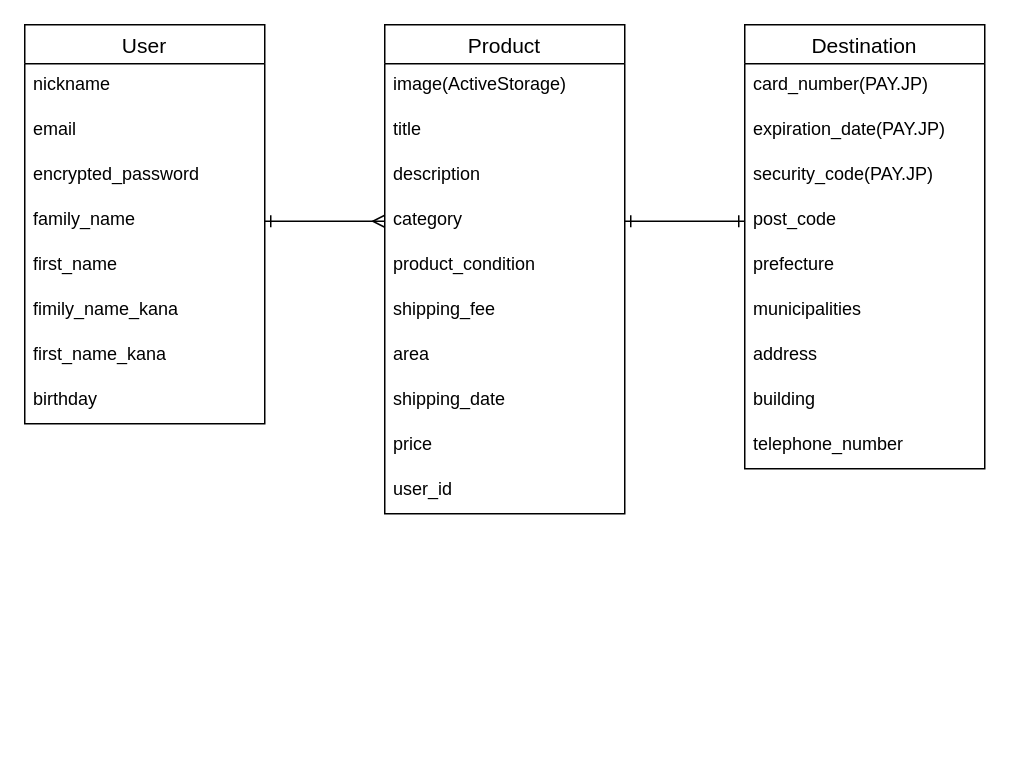
The draw.io diagram er.dio in takeru20/furima-36838, before the edit. Source tidied: cells renumbered, new cells numbered last; positions are measured from the earlier drawing's top-left corner, leaving out a move shared by most shapes. Both pictures are drawn from the tidied source at 150%, with x=0, y=0 at pixel (24, 24).
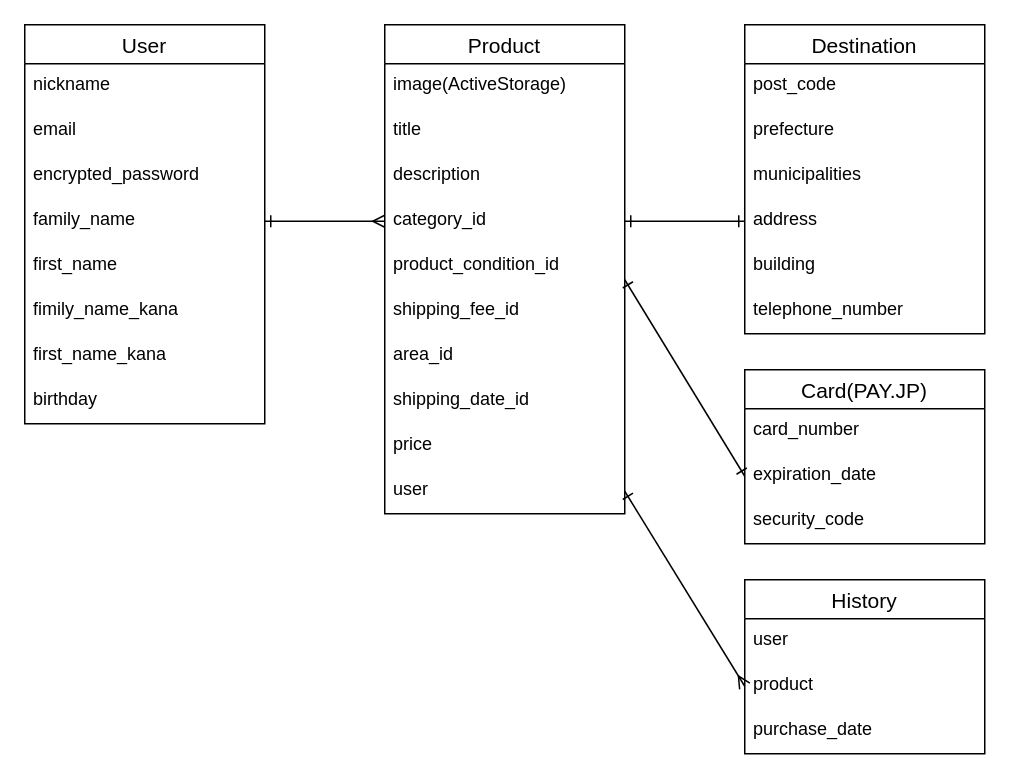
Above is the later version.

Commit message (it also covers changes not shown here):
データベース設計　修正

The change refers to these unchanged cells:
```xml
<mxCell id="6" value="family_name" style="text;spacingLeft=4;spacingRight=4;overflow=hidden;points=[[0,0.5],[1,0.5]];portConstraint=eastwest;fontSize=12;shadow=0;" parent="2" vertex="1">
  <mxGeometry y="116" width="160" height="30" as="geometry" />
</mxCell>
<mxCell id="11" value="Product" style="swimlane;fontStyle=0;horizontal=1;startSize=26;align=center;fontSize=14;shadow=0;" parent="1" vertex="1">
  <mxGeometry x="240" width="160" height="326" as="geometry" />
</mxCell>
```

Diff of the diagram source:
```diff
@@
-    <mxCell id="15" value="category" style="text;spacingLeft=4;spacingRight=4;overflow=hidden;points=[[0,0.5],[1,0.5]];portConstraint=eastwest;fontSize=12;shadow=0;" parent="11" vertex="1">
+    <mxCell id="15" value="category_id" style="text;spacingLeft=4;spacingRight=4;overflow=hidden;points=[[0,0.5],[1,0.5]];portConstraint=eastwest;fontSize=12;shadow=0;" parent="11" vertex="1">
       <mxGeometry y="116" width="160" height="30" as="geometry" />
     </mxCell>
-    <mxCell id="16" value="product_condition" style="text;spacingLeft=4;spacingRight=4;overflow=hidden;fontSize=12;shadow=0;" parent="11" vertex="1">
+    <mxCell id="16" value="product_condition_id" style="text;spacingLeft=4;spacingRight=4;overflow=hidden;fontSize=12;shadow=0;" parent="11" vertex="1">
       <mxGeometry y="146" width="160" height="30" as="geometry" />
     </mxCell>
-    <mxCell id="17" value="shipping_fee" style="text;spacingLeft=4;spacingRight=4;overflow=hidden;fontSize=12;shadow=0;" parent="11" vertex="1">
+    <mxCell id="17" value="shipping_fee_id" style="text;spacingLeft=4;spacingRight=4;overflow=hidden;fontSize=12;shadow=0;" parent="11" vertex="1">
       <mxGeometry y="176" width="160" height="30" as="geometry" />
     </mxCell>
-    <mxCell id="18" value="area" style="text;spacingLeft=4;spacingRight=4;overflow=hidden;fontSize=12;shadow=0;" parent="11" vertex="1">
+    <mxCell id="18" value="area_id" style="text;spacingLeft=4;spacingRight=4;overflow=hidden;fontSize=12;shadow=0;" parent="11" vertex="1">
       <mxGeometry y="206" width="160" height="30" as="geometry" />
     </mxCell>
-    <mxCell id="19" value="shipping_date" style="text;spacingLeft=4;spacingRight=4;overflow=hidden;fontSize=12;shadow=0;" parent="11" vertex="1">
+    <mxCell id="19" value="shipping_date_id" style="text;spacingLeft=4;spacingRight=4;overflow=hidden;fontSize=12;shadow=0;" parent="11" vertex="1">
       <mxGeometry y="236" width="160" height="30" as="geometry" />
     </mxCell>
@@
-    <mxCell id="21" value="user_id" style="text;spacingLeft=4;spacingRight=4;overflow=hidden;points=[[0,0.5],[1,0.5]];portConstraint=eastwest;fontSize=12;shadow=0;" parent="11" vertex="1">
+    <mxCell id="21" value="user" style="text;spacingLeft=4;spacingRight=4;overflow=hidden;points=[[0,0.5],[1,0.5]];portConstraint=eastwest;fontSize=12;shadow=0;" parent="11" vertex="1">
       <mxGeometry y="296" width="160" height="30" as="geometry" />
     </mxCell>
     <mxCell id="22" value="Destination" style="swimlane;fontStyle=0;horizontal=1;startSize=26;align=center;fontSize=14;shadow=0;" parent="1" vertex="1">
-      <mxGeometry x="480" width="160" height="296" as="geometry" />
+      <mxGeometry x="480" width="160" height="206" as="geometry" />
     </mxCell>
-    <mxCell id="23" value="card_number(PAY.JP)" style="text;spacingLeft=4;spacingRight=4;overflow=hidden;fontSize=12;shadow=0;" parent="22" vertex="1">
-      <mxGeometry y="26" width="160" height="30" as="geometry" />
-    </mxCell>
-    <mxCell id="24" value="expiration_date(PAY.JP)" style="text;spacingLeft=4;spacingRight=4;overflow=hidden;fontSize=12;shadow=0;" parent="22" vertex="1">
-      <mxGeometry y="56" width="160" height="30" as="geometry" />
-    </mxCell>
-    <mxCell id="25" value="security_code(PAY.JP)" style="text;spacingLeft=4;spacingRight=4;overflow=hidden;fontSize=12;shadow=0;" parent="22" vertex="1">
-      <mxGeometry y="86" width="160" height="30" as="geometry" />
-    </mxCell>
     <mxCell id="26" value="post_code" style="text;spacingLeft=4;spacingRight=4;overflow=hidden;points=[[0,0.5],[1,0.5]];portConstraint=eastwest;fontSize=12;shadow=0;" parent="22" vertex="1">
-      <mxGeometry y="116" width="160" height="30" as="geometry" />
+      <mxGeometry y="26" width="160" height="30" as="geometry" />
     </mxCell>
     <mxCell id="27" value="prefecture" style="text;spacingLeft=4;spacingRight=4;overflow=hidden;fontSize=12;shadow=0;" parent="22" vertex="1">
-      <mxGeometry y="146" width="160" height="30" as="geometry" />
+      <mxGeometry y="56" width="160" height="30" as="geometry" />
     </mxCell>
     <mxCell id="28" value="municipalities" style="text;spacingLeft=4;spacingRight=4;overflow=hidden;fontSize=12;shadow=0;" parent="22" vertex="1">
-      <mxGeometry y="176" width="160" height="30" as="geometry" />
+      <mxGeometry y="86" width="160" height="30" as="geometry" />
     </mxCell>
     <mxCell id="29" value="address" style="text;spacingLeft=4;spacingRight=4;overflow=hidden;points=[[0,0.5],[1,0.5]];portConstraint=eastwest;fontSize=12;shadow=0;" parent="22" vertex="1">
-      <mxGeometry y="206" width="160" height="30" as="geometry" />
+      <mxGeometry y="116" width="160" height="30" as="geometry" />
     </mxCell>
     <mxCell id="30" value="building" style="text;spacingLeft=4;spacingRight=4;overflow=hidden;fontSize=12;shadow=0;" parent="22" vertex="1">
-      <mxGeometry y="236" width="160" height="30" as="geometry" />
+      <mxGeometry y="146" width="160" height="30" as="geometry" />
     </mxCell>
     <mxCell id="31" value="telephone_number" style="text;spacingLeft=4;spacingRight=4;overflow=hidden;fontSize=12;shadow=0;" parent="22" vertex="1">
-      <mxGeometry y="266" width="160" height="30" as="geometry" />
+      <mxGeometry y="176" width="160" height="30" as="geometry" />
     </mxCell>
+    <mxCell id="33" style="edgeStyle=none;html=1;exitX=1;exitY=0.5;exitDx=0;exitDy=0;startArrow=ERone;startFill=0;endArrow=ERone;endFill=0;shadow=0;" parent="1" edge="1" source="15" target="29">
+      <mxGeometry relative="1" as="geometry" />
+    </mxCell>
+    <mxCell id="34" value="Card(PAY.JP)" style="swimlane;fontStyle=0;horizontal=1;startSize=26;align=center;fontSize=14;" parent="1" vertex="1">
+      <mxGeometry x="480" y="230" width="160" height="116" as="geometry" />
+    </mxCell>
+    <mxCell id="35" value="card_number" style="text;strokeColor=none;fillColor=none;spacingLeft=4;spacingRight=4;overflow=hidden;fontSize=12;" parent="34" vertex="1">
+      <mxGeometry y="26" width="160" height="30" as="geometry" />
+    </mxCell>
+    <mxCell id="36" value="expiration_date" style="text;strokeColor=none;fillColor=none;spacingLeft=4;spacingRight=4;overflow=hidden;points=[[0,0.5],[1,0.5]];portConstraint=eastwest;fontSize=12;" parent="34" vertex="1">
+      <mxGeometry y="56" width="160" height="30" as="geometry" />
+    </mxCell>
+    <mxCell id="37" value="security_code" style="text;strokeColor=none;fillColor=none;spacingLeft=4;spacingRight=4;overflow=hidden;fontSize=12;" parent="34" vertex="1">
+      <mxGeometry y="86" width="160" height="30" as="geometry" />
+    </mxCell>
+    <mxCell id="38" value="History" style="swimlane;fontStyle=0;horizontal=1;startSize=26;align=center;fontSize=14;" parent="1" vertex="1">
+      <mxGeometry x="480" y="370" width="160" height="116" as="geometry" />
+    </mxCell>
+    <mxCell id="39" value="user" style="text;strokeColor=none;fillColor=none;spacingLeft=4;spacingRight=4;overflow=hidden;fontSize=12;" parent="38" vertex="1">
+      <mxGeometry y="26" width="160" height="30" as="geometry" />
+    </mxCell>
+    <mxCell id="40" value="product" style="text;strokeColor=none;fillColor=none;spacingLeft=4;spacingRight=4;overflow=hidden;points=[[0,0.5],[1,0.5]];portConstraint=eastwest;fontSize=12;" parent="38" vertex="1">
+      <mxGeometry y="56" width="160" height="30" as="geometry" />
+    </mxCell>
+    <mxCell id="41" value="purchase_date" style="text;strokeColor=none;fillColor=none;spacingLeft=4;spacingRight=4;overflow=hidden;fontSize=12;" parent="38" vertex="1">
+      <mxGeometry y="86" width="160" height="30" as="geometry" />
+    </mxCell>
+    <mxCell id="42" style="edgeStyle=none;html=1;entryX=0;entryY=0.5;entryDx=0;entryDy=0;startArrow=ERone;startFill=0;endArrow=ERone;endFill=0;" parent="1" edge="1" target="36">
+      <mxGeometry relative="1" as="geometry">
+        <mxPoint x="400" y="170" as="sourcePoint" />
+      </mxGeometry>
+    </mxCell>
-    <mxCell id="32" style="edgeStyle=entityRelationEdgeStyle;fontSize=12;html=1;endArrow=ERmany;exitX=1;exitY=0.5;exitDx=0;exitDy=0;entryX=0;entryY=0.5;entryDx=0;entryDy=0;endFill=0;startArrow=ERone;startFill=0;shadow=0;" parent="1" edge="1" source="6" target="15">
+    <mxCell id="32" style="edgeStyle=none;html=1;exitX=1;exitY=0.5;exitDx=0;exitDy=0;entryX=0;entryY=0.5;entryDx=0;entryDy=0;startArrow=ERone;startFill=0;endArrow=ERmany;endFill=0;" parent="1" edge="1" source="6" target="15">
       <mxGeometry relative="1" as="geometry" />
     </mxCell>
-    <mxCell id="33" style="edgeStyle=none;html=1;exitX=1;exitY=0.5;exitDx=0;exitDy=0;entryX=0;entryY=0.5;entryDx=0;entryDy=0;startArrow=ERone;startFill=0;endArrow=ERone;endFill=0;shadow=0;" parent="1" edge="1" source="15" target="26">
-      <mxGeometry relative="1" as="geometry" />
-    </mxCell>
+    <mxCell id="43" style="edgeStyle=none;html=1;exitX=1;exitY=0.5;exitDx=0;exitDy=0;entryX=0;entryY=0.5;entryDx=0;entryDy=0;startArrow=ERone;startFill=0;endArrow=ERmany;endFill=0;" parent="1" edge="1" source="21" target="40">
+      <mxGeometry relative="1" as="geometry" />
+    </mxCell>
```
